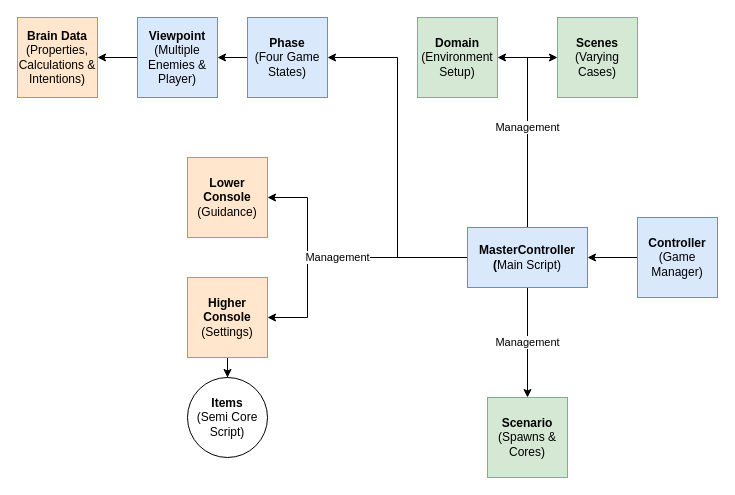
Above: Documentation/Stage 7/MasterController.drawio in aordatusdummy/Enemy-AI-Part-2 (draw.io), before the change. Source tidied: cells renumbered, new cells numbered last; positions are measured from the earlier drawing's top-left corner, leaving out a move shared by most shapes. Both pictures are drawn from the tidied source at 100%, with x=0, y=0 at pixel (17, 17).
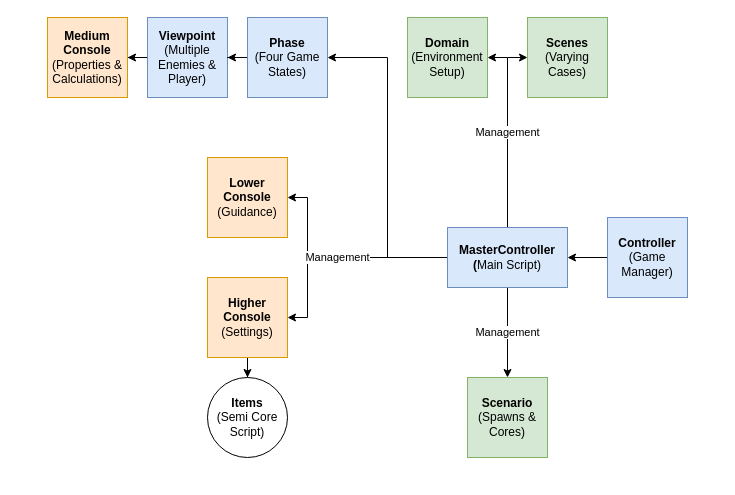
The same page after the edit.

What changed in the source:
```diff
@@
     <mxCell id="2" value="&lt;b&gt;Domain&lt;/b&gt;&lt;br&gt;(Environment Setup)" style="whiteSpace=wrap;html=1;fillColor=#d5e8d4;strokeColor=#82b366;" parent="1" vertex="1">
-      <mxGeometry x="400" width="80" height="80" as="geometry" />
+      <mxGeometry x="390" width="80" height="80" as="geometry" />
     </mxCell>
@@
     <mxCell id="4" value="&lt;b&gt;Controller&lt;br&gt;&lt;/b&gt;(Game Manager)" style="whiteSpace=wrap;html=1;fillColor=#dae8fc;strokeColor=#6c8ebf;" parent="1" vertex="1">
-      <mxGeometry x="620" y="200" width="80" height="80" as="geometry" />
+      <mxGeometry x="590" y="200" width="80" height="80" as="geometry" />
     </mxCell>
@@
     <mxCell id="11" value="&lt;b&gt;MasterController&lt;br&gt;(&lt;/b&gt;Main Script)" style="rounded=0;whiteSpace=wrap;html=1;fillColor=#dae8fc;strokeColor=#6c8ebf;" parent="1" vertex="1">
-      <mxGeometry x="450" y="210" width="120" height="60" as="geometry" />
+      <mxGeometry x="430" y="210" width="120" height="60" as="geometry" />
     </mxCell>
     <mxCell id="12" value="&lt;b&gt;Scenes&lt;/b&gt;&lt;br&gt;(Varying Cases)" style="whiteSpace=wrap;html=1;fillColor=#d5e8d4;strokeColor=#82b366;" parent="1" vertex="1">
-      <mxGeometry x="540" width="80" height="80" as="geometry" />
+      <mxGeometry x="510" width="80" height="80" as="geometry" />
     </mxCell>
     <mxCell id="13" value="&lt;b&gt;Lower Console&lt;/b&gt; (Guidance)" style="whiteSpace=wrap;html=1;fillColor=#ffe6cc;strokeColor=#d79b00;" parent="1" vertex="1">
-      <mxGeometry x="170" y="140" width="80" height="80" as="geometry" />
+      <mxGeometry x="190" y="140" width="80" height="80" as="geometry" />
     </mxCell>
@@
     <mxCell id="15" value="&lt;b&gt;Higher Console&lt;/b&gt;&lt;br&gt;(Settings)" style="whiteSpace=wrap;html=1;fillColor=#ffe6cc;strokeColor=#d79b00;" parent="1" vertex="1">
-      <mxGeometry x="170" y="260" width="80" height="80" as="geometry" />
+      <mxGeometry x="190" y="260" width="80" height="80" as="geometry" />
     </mxCell>
     <mxCell id="16" value="&lt;b&gt;Items&lt;/b&gt;&lt;br&gt;(Semi Core Script)" style="ellipse;whiteSpace=wrap;html=1;" parent="1" vertex="1">
-      <mxGeometry x="170" y="360" width="80" height="80" as="geometry" />
+      <mxGeometry x="190" y="360" width="80" height="80" as="geometry" />
     </mxCell>
     <mxCell id="17" value="&lt;b&gt;Scenario&lt;br&gt;&lt;/b&gt;(Spawns &amp;amp; Cores)" style="whiteSpace=wrap;html=1;fillColor=#d5e8d4;strokeColor=#82b366;" parent="1" vertex="1">
-      <mxGeometry x="470" y="380" width="80" height="80" as="geometry" />
+      <mxGeometry x="450" y="360" width="80" height="80" as="geometry" />
     </mxCell>
@@
     <mxCell id="19" value="&lt;b&gt;Viewpoint&lt;/b&gt;&lt;br&gt;(Multiple Enemies &amp;amp; Player)" style="whiteSpace=wrap;html=1;fillColor=#dae8fc;strokeColor=#6c8ebf;" parent="1" vertex="1">
-      <mxGeometry x="120" width="80" height="80" as="geometry" />
+      <mxGeometry x="130" width="80" height="80" as="geometry" />
     </mxCell>
@@
-    <mxCell id="22" value="&lt;b&gt;Brain Data&lt;/b&gt;&lt;br&gt;(Properties, Calculations &amp;amp; Intentions)" style="whiteSpace=wrap;html=1;fillColor=#ffe6cc;strokeColor=#d79b00;" parent="1" vertex="1">
-      <mxGeometry width="80" height="80" as="geometry" />
+    <mxCell id="22" value="&lt;b&gt;Medium Console&lt;br&gt;&lt;/b&gt;(Properties &amp;amp; Calculations)" style="whiteSpace=wrap;html=1;fillColor=#ffe6cc;strokeColor=#d79b00;" parent="1" vertex="1">
+      <mxGeometry x="30" width="80" height="80" as="geometry" />
     </mxCell>
```
